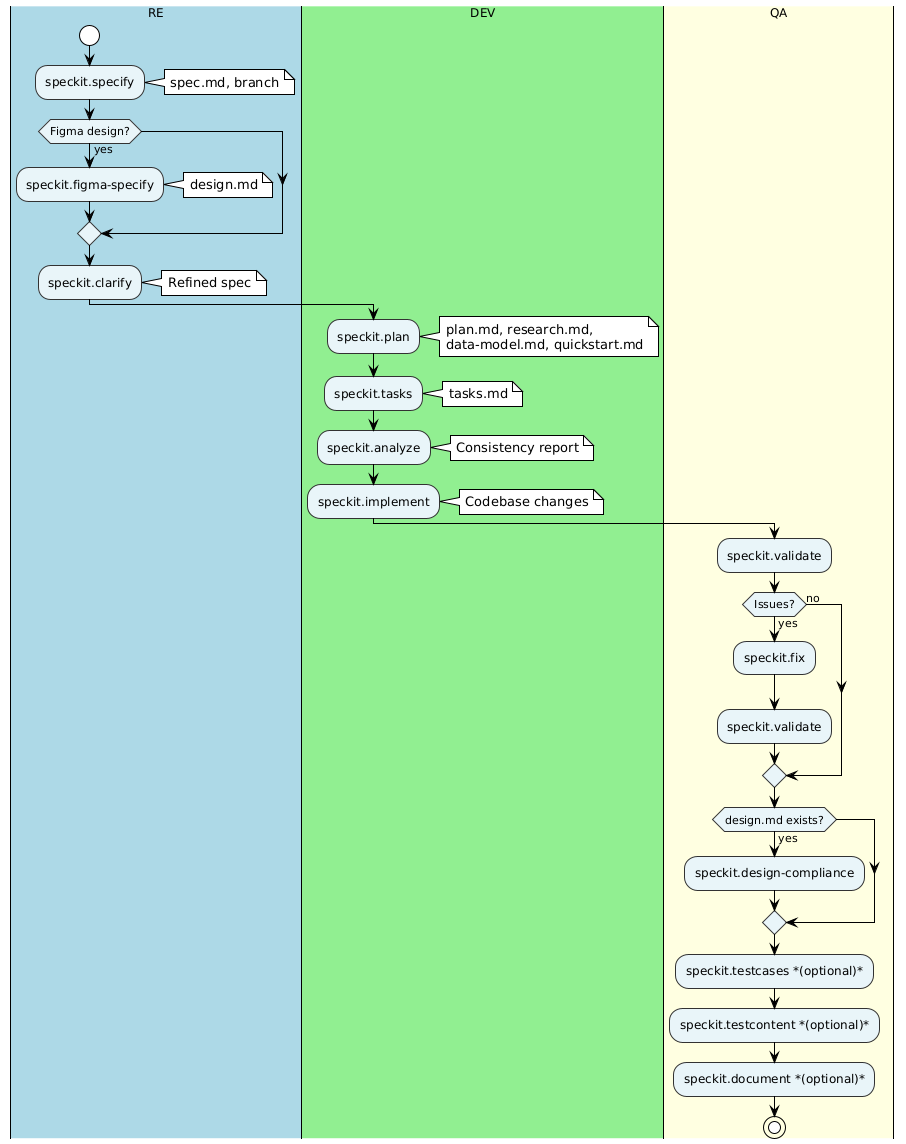
The PlantUML diagram .specify/docs/diagrams/speckit-activity.png in mariorodriguez-creator/nitroblocks, before a commit. Its diagram source:
```plantuml
@startuml speckit-activity
!theme plain
skinparam ActivityBackgroundColor #E8F4F8
skinparam ActivityBorderColor #333
skinparam SwimlaneTitleFontSize 12

|#LightBlue|RE|
start
:speckit.specify;
note right: spec.md, branch
if (Figma design?) then (yes)
  :speckit.figma-specify;
  note right: design.md
endif
:speckit.clarify;
note right: Refined spec
|#LightGreen|DEV|
:speckit.plan;
note right: plan.md, research.md,\ndata-model.md, quickstart.md
:speckit.tasks;
note right: tasks.md
:speckit.analyze;
note right: Consistency report
:speckit.implement;
note right: Codebase changes
|#LightYellow|QA|
:speckit.validate;
if (Issues?) then (yes)
  :speckit.fix;
  :speckit.validate;
else (no)
endif
if (design.md exists?) then (yes)
  :speckit.design-compliance;
endif
:speckit.testcases *(optional)*;
:speckit.testcontent *(optional)*;
:speckit.document *(optional)*;
stop
@enduml
```
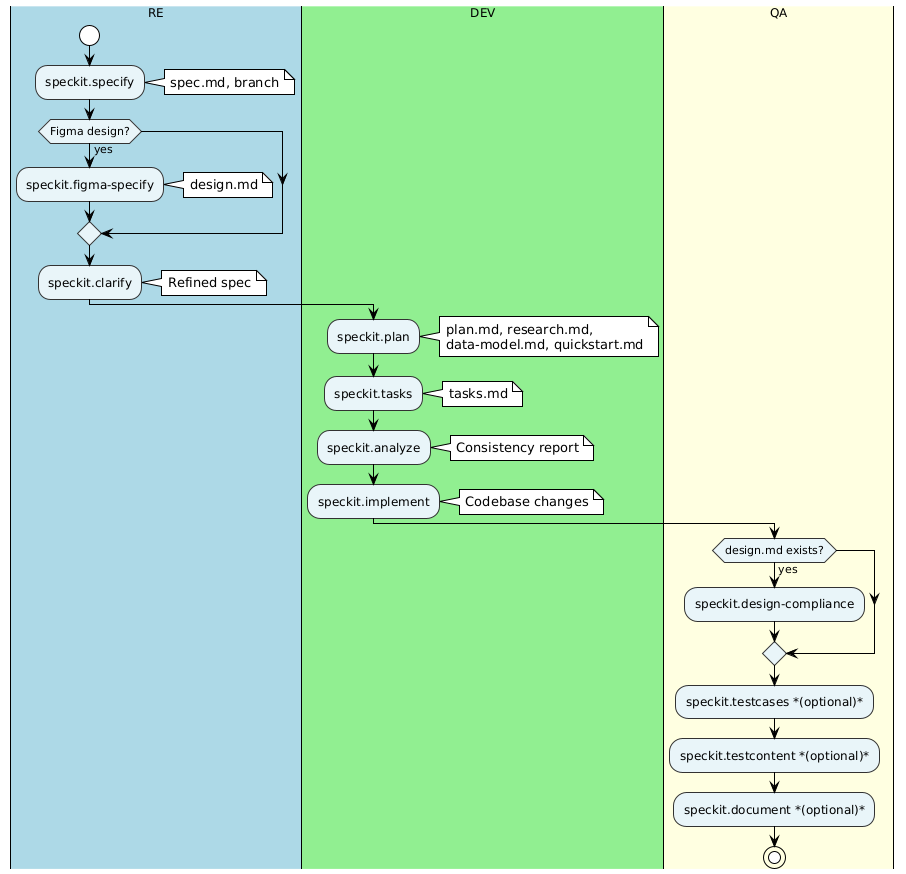
The same diagram one commit later.

The edit, as a diff of the source:
```diff
@@ -24,12 +24,6 @@
 :speckit.implement;
 note right: Codebase changes
 |#LightYellow|QA|
-:speckit.validate;
-if (Issues?) then (yes)
-  :speckit.fix;
-  :speckit.validate;
-else (no)
-endif
 if (design.md exists?) then (yes)
   :speckit.design-compliance;
 endif
```
